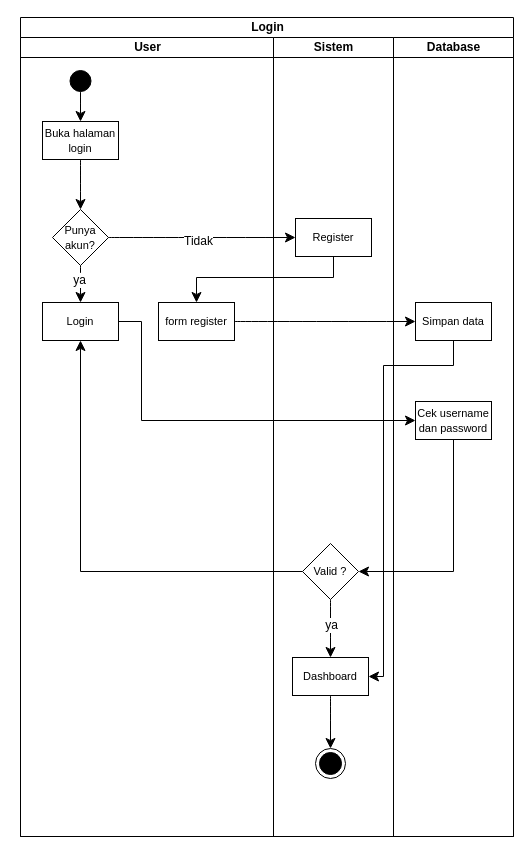
Earlier version of the draw.io diagram page "Login" (4 of 17) of activity diagram gis.drawio (AmirRazer/DrawIoErd). Source tidied: cells renumbered, new cells numbered last; positions are measured from the earlier drawing's top-left corner, leaving out a move shared by most shapes. Both pictures are drawn from the tidied source at 100%, with x=0, y=0 at pixel (20, 17).
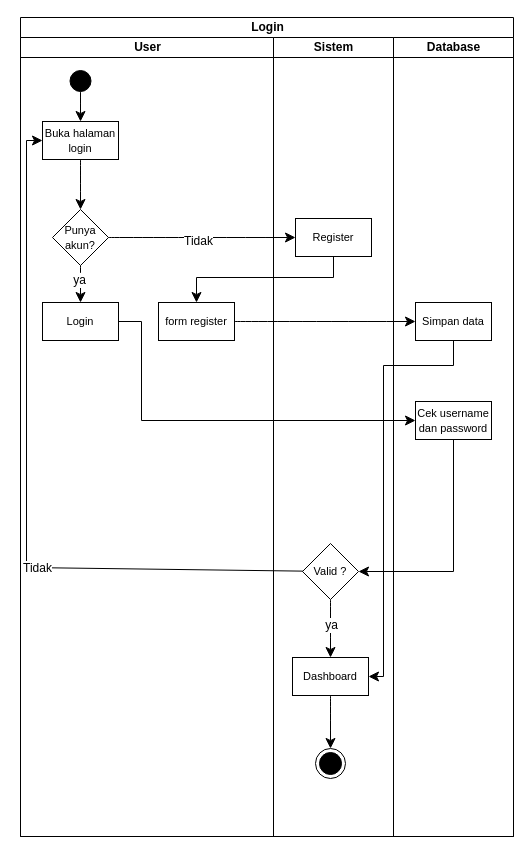
Above is the later version.

Unchanged cells that the change refers to:
```xml
<mxCell id="2" value="Login" style="swimlane;startSize=20;html=1;" parent="1" vertex="1">
  <mxGeometry width="493" height="819" as="geometry" />
</mxCell>
<mxCell id="7" value="&lt;font style=&quot;font-size: 11px;&quot;&gt;Buka halaman login&lt;/font&gt;" style="rounded=0;whiteSpace=wrap;html=1;" parent="3" vertex="1">
  <mxGeometry x="22" y="84" width="76" height="38" as="geometry" />
</mxCell>
<mxCell id="11" value="&lt;font style=&quot;font-size: 11px;&quot;&gt;Login&lt;/font&gt;" style="rounded=0;whiteSpace=wrap;html=1;" parent="3" vertex="1">
  <mxGeometry x="22" y="265" width="76" height="38" as="geometry" />
</mxCell>
<mxCell id="17" value="&lt;font style=&quot;font-size: 11px;&quot;&gt;Valid ?&lt;/font&gt;" style="rhombus;whiteSpace=wrap;html=1;" parent="13" vertex="1">
  <mxGeometry x="29" y="506" width="56" height="56" as="geometry" />
</mxCell>
```

Change to the diagram source:
```diff
@@
-    <mxCell id="28" style="edgeStyle=none;curved=0;rounded=0;jettySize=auto;html=1;entryX=0.5;entryY=1;entryDx=0;entryDy=0;fontSize=12;startSize=8;endSize=8;" parent="2" edge="1" source="17" target="11">
+    <mxCell id="28" style="edgeStyle=none;curved=0;rounded=0;jettySize=auto;html=1;entryX=0;entryY=0.5;entryDx=0;entryDy=0;fontSize=12;startSize=8;endSize=8;" parent="2" edge="1" source="17" target="7">
       <mxGeometry relative="1" as="geometry">
         <Array as="points">
-          <mxPoint x="60" y="554" />
+          <mxPoint x="6" y="550" />
+          <mxPoint x="6" y="123" />
         </Array>
       </mxGeometry>
     </mxCell>
+    <mxCell id="32" value="Tidak" style="edgeLabel;html=1;align=center;verticalAlign=middle;fontSize=12;" parent="28" vertex="1">
+      <mxGeometry x="-0.26" relative="1" as="geometry" />
+    </mxCell>
```
